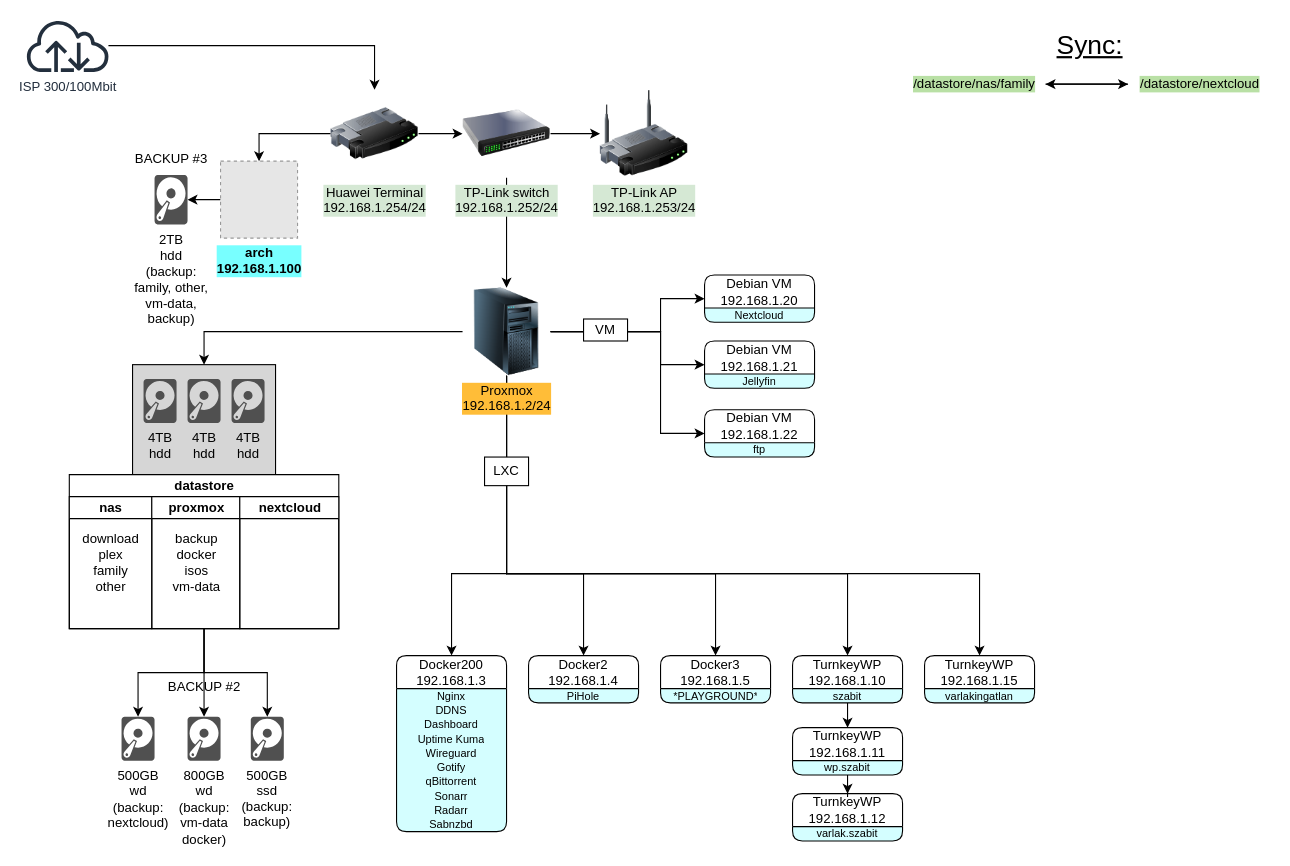
This is selfhosted.drawio from tabzor/fff, a draw.io file, before an edit. Source tidied: cells renumbered, new cells numbered last; positions are measured from the earlier drawing's top-left corner, leaving out a move shared by most shapes. Both pictures are drawn from the tidied source at 110%, with x=0, y=0 at pixel (24, 19). Pictures stored in the file or linked from it are replaced by grey dashed boxes.
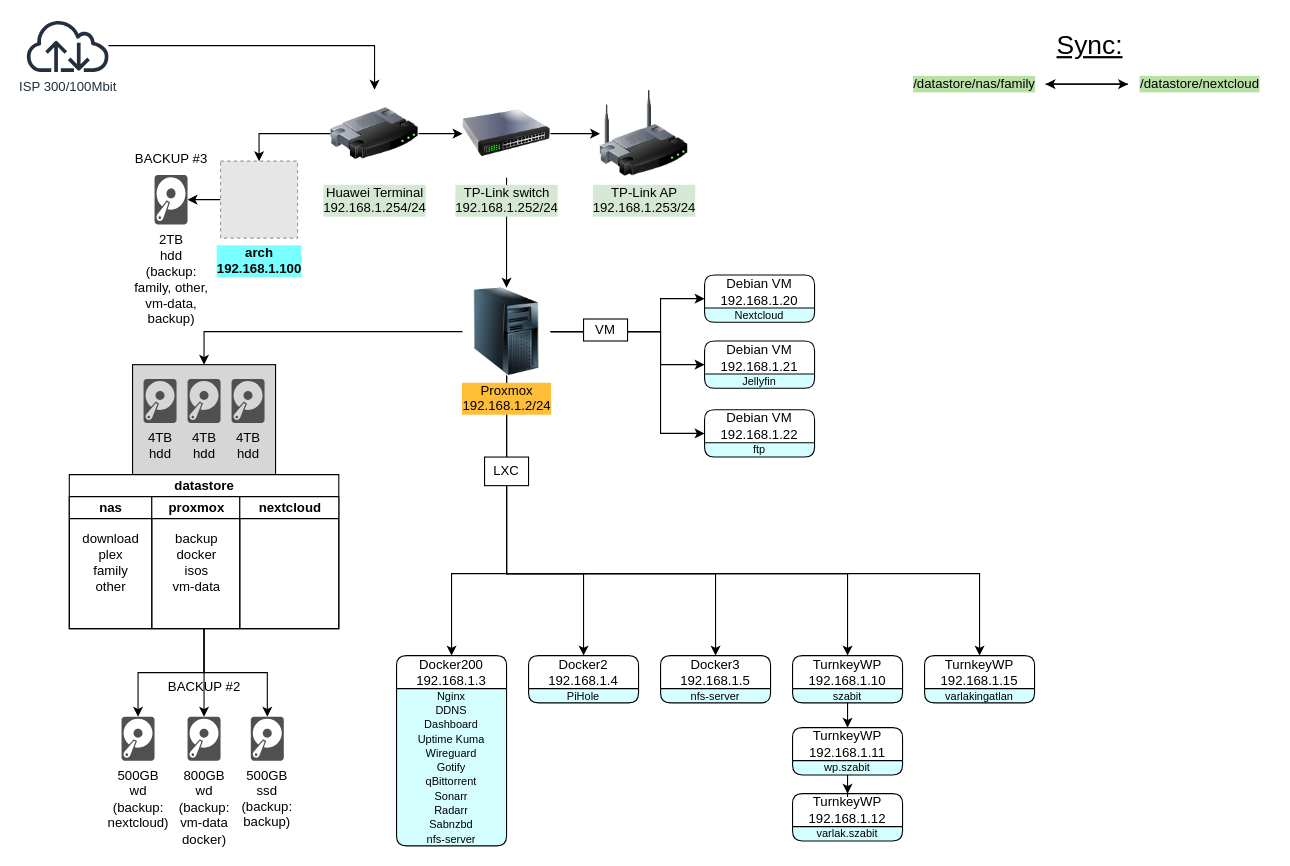
The same page after the edit.

The change refers to these unchanged cells:
```xml
<mxCell id="63" value="&lt;div style=&quot;&quot;&gt;&lt;font style=&quot;font-size: 12px;&quot;&gt;Docker3&lt;/font&gt;&lt;/div&gt;&lt;div style=&quot;&quot;&gt;&lt;font style=&quot;font-size: 12px;&quot;&gt;192.168.1.5&lt;font style=&quot;font-size: 12px;&quot;&gt;&lt;br&gt;&lt;/font&gt;&lt;/font&gt;&lt;/div&gt;" style="swimlane;fontStyle=0;horizontal=1;startSize=30;whiteSpace=wrap;html=1;labelBackgroundColor=none;labelBorderColor=none;swimlaneLine=1;strokeColor=default;rounded=1;swimlaneFillColor=#D4FEFF;fillColor=none;glass=0;shadow=0;arcSize=10;" parent="1" vertex="1">
  <mxGeometry x="578" y="578.5" width="100" height="43" as="geometry" />
</mxCell>
```

Change to the diagram source:
```diff
@@
     <mxCell id="45" value="&lt;div style=&quot;&quot;&gt;&lt;font style=&quot;font-size: 12px;&quot;&gt;Docker2&lt;/font&gt;00&lt;/div&gt;&lt;div style=&quot;&quot;&gt;&lt;font style=&quot;font-size: 12px;&quot;&gt;192.168.1.3&lt;font style=&quot;font-size: 12px;&quot;&gt;&lt;br&gt;&lt;/font&gt;&lt;/font&gt;&lt;/div&gt;" style="swimlane;fontStyle=0;horizontal=1;startSize=30;whiteSpace=wrap;html=1;labelBackgroundColor=none;labelBorderColor=none;swimlaneLine=1;strokeColor=default;rounded=1;swimlaneFillColor=#D4FEFF;fillColor=none;glass=0;shadow=0;arcSize=10;" parent="1" vertex="1">
-      <mxGeometry x="338" y="578.5" width="100" height="160" as="geometry" />
+      <mxGeometry x="338" y="578.5" width="100" height="173" as="geometry" />
     </mxCell>
@@
+    <mxCell id="80" value="nfs-server" style="text;strokeColor=none;fillColor=none;align=center;verticalAlign=top;spacingLeft=4;spacingRight=4;overflow=hidden;fontSize=10;horizontal=1;labelPosition=center;verticalLabelPosition=top;html=1;whiteSpace=wrap;spacing=9;" parent="45" vertex="1">
+      <mxGeometry y="160" width="100" height="13" as="geometry" />
+    </mxCell>
@@
-    <mxCell id="64" value="*PLAYGROUND*" style="text;strokeColor=none;fillColor=none;align=center;verticalAlign=top;spacingLeft=4;spacingRight=4;overflow=hidden;fontSize=10;horizontal=1;labelPosition=center;verticalLabelPosition=top;html=1;whiteSpace=wrap;spacing=9;" parent="63" vertex="1">
+    <mxCell id="64" value="nfs-server" style="text;strokeColor=none;fillColor=none;align=center;verticalAlign=top;spacingLeft=4;spacingRight=4;overflow=hidden;fontSize=10;horizontal=1;labelPosition=center;verticalLabelPosition=top;html=1;whiteSpace=wrap;spacing=9;" parent="63" vertex="1">
       <mxGeometry y="30" width="100" height="13" as="geometry" />
     </mxCell>
```
